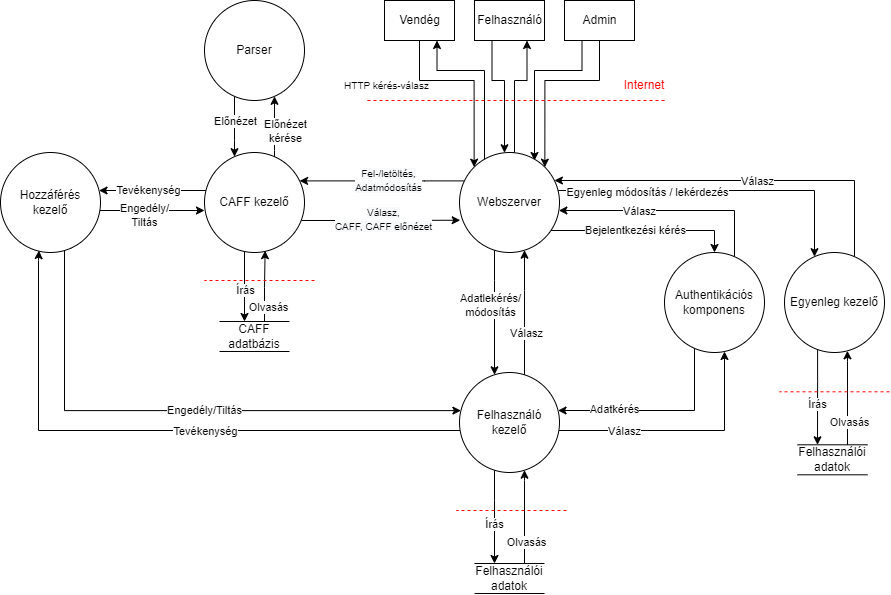
evgyom/szg_bizt_hf keeps this draw.io diagram as figures/adatfolyam_kulon_egyenleg.drawio.png. Above is the earlier version. Source tidied: cells renumbered, new cells last; positions are measured from the earlier drawing's top-left corner, leaving out a move shared by most shapes.
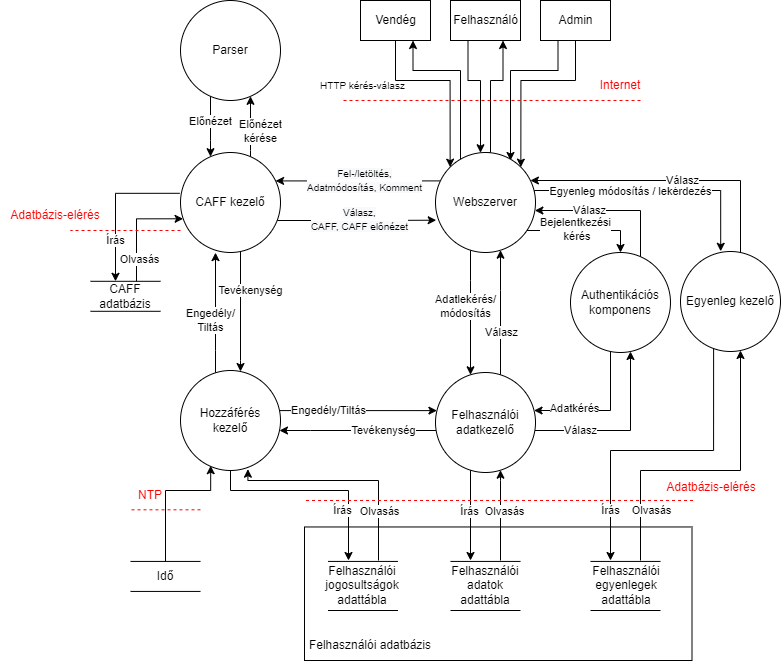
After the commit.

Commit message:
szekvenciak hozzaadva

Diff of the diagram source:
```diff
@@ -12,2 +12,5 @@
     </mxCell>
+    <mxCell id="77" style="rounded=0;whiteSpace=wrap;html=1;" parent="1" vertex="1">
+      <mxGeometry x="328" y="526.5" width="387.5" height="133.5" as="geometry" />
+    </mxCell>
     <mxCell id="3" value="Vendég" style="html=1;" parent="1" vertex="1">
@@ -74,3 +77,3 @@
     </mxCell>
-    <mxCell id="12" value="&lt;span style=&quot;font-size: 10px; background-color: rgb(248, 249, 250);&quot;&gt;Fel-/letöltés, &lt;br&gt;Adatmódosítás&lt;/span&gt;" style="edgeLabel;html=1;align=center;verticalAlign=middle;" parent="11" vertex="1">
+    <mxCell id="12" value="&lt;span style=&quot;font-size: 10px; background-color: rgb(248, 249, 250);&quot;&gt;Fel-/letöltés, &lt;br&gt;Adatmódosítás, Komment&lt;/span&gt;" style="edgeLabel;html=1;align=center;verticalAlign=middle;" parent="11" vertex="1">
       <mxGeometry x="-0.19" y="-1" relative="1" as="geometry">
@@ -92,6 +95,7 @@
     </mxCell>
-    <mxCell id="15" style="edgeStyle=orthogonalEdgeStyle;rounded=0;jettySize=auto;html=1;" parent="1" edge="1" source="19" target="61">
+    <mxCell id="15" style="edgeStyle=orthogonalEdgeStyle;rounded=0;jettySize=auto;html=1;exitX=0.99;exitY=0.401;exitDx=0;exitDy=0;exitPerimeter=0;entryX=0.402;entryY=-0.002;entryDx=0;entryDy=0;entryPerimeter=0;" parent="1" edge="1" source="19" target="61">
       <mxGeometry relative="1" as="geometry">
         <Array as="points">
-          <mxPoint x="814" y="190" />
+          <mxPoint x="558" y="190" />
+          <mxPoint x="744" y="190" />
         </Array>
@@ -100,3 +104,5 @@
     <mxCell id="16" value="Egyenleg módosítás / lekérdezés" style="edgeLabel;html=1;align=center;verticalAlign=middle;" parent="15" vertex="1">
-      <mxGeometry x="-0.45" y="-1" relative="1" as="geometry" />
+      <mxGeometry x="-0.45" y="-1" relative="1" as="geometry">
+        <mxPoint x="29" as="offset" />
+      </mxGeometry>
     </mxCell>
@@ -105,3 +111,3 @@
         <Array as="points">
-          <mxPoint x="714" y="230" />
+          <mxPoint x="644" y="230" />
         </Array>
@@ -109,5 +115,5 @@
     </mxCell>
-    <mxCell id="18" value="Bejelentkezési kérés" style="edgeLabel;html=1;align=center;verticalAlign=middle;" parent="17" vertex="1">
+    <mxCell id="18" value="Bejelentkezési&lt;br&gt;&amp;nbsp;kérés" style="edgeLabel;html=1;align=center;verticalAlign=middle;" parent="17" vertex="1">
       <mxGeometry x="-0.49" y="1" relative="1" as="geometry">
-        <mxPoint x="37" as="offset" />
+        <mxPoint x="19" as="offset" />
       </mxGeometry>
@@ -120,3 +126,3 @@
         <Array as="points">
-          <mxPoint x="734" y="210" />
+          <mxPoint x="664" y="210" />
         </Array>
@@ -142,7 +148,7 @@
     </mxCell>
-    <mxCell id="24" style="edgeStyle=orthogonalEdgeStyle;rounded=0;jettySize=auto;html=1;" parent="1" edge="1" source="30">
+    <mxCell id="24" style="edgeStyle=orthogonalEdgeStyle;rounded=0;jettySize=auto;html=1;exitX=-0.008;exitY=0.408;exitDx=0;exitDy=0;exitPerimeter=0;" parent="1" edge="1" source="30">
       <mxGeometry relative="1" as="geometry">
-        <mxPoint x="244" y="321" as="targetPoint" />
+        <mxPoint x="139" y="280.8" as="targetPoint" />
         <Array as="points">
-          <mxPoint x="244" y="321" />
+          <mxPoint x="139" y="193" />
         </Array>
@@ -151,6 +157,17 @@
     <mxCell id="25" value="Írás" style="edgeLabel;html=1;align=center;verticalAlign=middle;" parent="24" vertex="1">
-      <mxGeometry x="0.46" relative="1" as="geometry">
-        <mxPoint y="-12" as="offset" />
-      </mxGeometry>
+      <mxGeometry x="0.46" relative="1" as="geometry" />
     </mxCell>
+    <mxCell id="28" style="edgeStyle=orthogonalEdgeStyle;rounded=0;jettySize=auto;html=1;" parent="1" edge="1" source="30" target="64">
+      <mxGeometry relative="1" as="geometry">
+        <Array as="points">
+          <mxPoint x="274" y="150" />
+          <mxPoint x="274" y="150" />
+        </Array>
+      </mxGeometry>
+    </mxCell>
+    <mxCell id="29" value="Előnézet &lt;br&gt;kérése" style="edgeLabel;html=1;align=center;verticalAlign=middle;" parent="28" vertex="1">
+      <mxGeometry x="-0.14" y="-1" relative="1" as="geometry">
+        <mxPoint x="9" as="offset" />
+      </mxGeometry>
+    </mxCell>
     <mxCell id="26" style="edgeStyle=orthogonalEdgeStyle;rounded=0;jettySize=auto;html=1;" parent="1" edge="1" source="30" target="35">
@@ -158,4 +175,4 @@
         <Array as="points">
-          <mxPoint x="164" y="190" />
-          <mxPoint x="164" y="190" />
+          <mxPoint x="264" y="360" />
+          <mxPoint x="264" y="360" />
         </Array>
@@ -164,19 +181,6 @@
     <mxCell id="27" value="Tevékenység" style="edgeLabel;html=1;align=center;verticalAlign=middle;" parent="26" vertex="1">
-      <mxGeometry x="0.35" y="-1" relative="1" as="geometry">
-        <mxPoint x="14" as="offset" />
+      <mxGeometry x="-0.3" y="-1" relative="1" as="geometry">
+        <mxPoint x="11" y="-3" as="offset" />
       </mxGeometry>
     </mxCell>
-    <mxCell id="28" style="edgeStyle=orthogonalEdgeStyle;rounded=0;jettySize=auto;html=1;" parent="1" edge="1" source="30" target="64">
-      <mxGeometry relative="1" as="geometry">
-        <Array as="points">
-          <mxPoint x="274" y="150" />
-          <mxPoint x="274" y="150" />
-        </Array>
-      </mxGeometry>
-    </mxCell>
-    <mxCell id="29" value="Előnézet &lt;br&gt;kérése" style="edgeLabel;html=1;align=center;verticalAlign=middle;" parent="28" vertex="1">
-      <mxGeometry x="-0.14" y="-1" relative="1" as="geometry">
-        <mxPoint x="9" as="offset" />
-      </mxGeometry>
-    </mxCell>
     <mxCell id="30" value="CAFF kezelő" style="ellipse;whiteSpace=wrap;html=1;" parent="1" vertex="1">
@@ -187,4 +191,3 @@
         <Array as="points">
-          <mxPoint x="64" y="247" />
-          <mxPoint x="64" y="410" />
+          <mxPoint x="275" y="410" />
         </Array>
@@ -195,7 +198,7 @@
     </mxCell>
-    <mxCell id="33" style="edgeStyle=orthogonalEdgeStyle;rounded=0;jettySize=auto;html=1;" parent="1" edge="1" source="35">
+    <mxCell id="33" style="edgeStyle=orthogonalEdgeStyle;rounded=0;jettySize=auto;html=1;entryX=0.35;entryY=1.001;entryDx=0;entryDy=0;entryPerimeter=0;" parent="1" edge="1" source="35" target="30">
       <mxGeometry relative="1" as="geometry">
-        <mxPoint x="204" y="210" as="targetPoint" />
         <Array as="points">
-          <mxPoint x="204" y="210" />
+          <mxPoint x="239" y="350" />
+          <mxPoint x="239" y="350" />
         </Array>
@@ -205,3 +208,3 @@
       <mxGeometry x="-0.19" y="1" relative="1" as="geometry">
-        <mxPoint x="2" y="5" as="offset" />
+        <mxPoint x="-4" y="-4" as="offset" />
       </mxGeometry>
@@ -209,3 +212,3 @@
     <mxCell id="35" value="Hozzáférés&lt;br&gt;kezelő" style="ellipse;whiteSpace=wrap;html=1;" parent="1" vertex="1">
-      <mxGeometry y="152" width="100" height="100" as="geometry" />
+      <mxGeometry x="204" y="370" width="100" height="100" as="geometry" />
     </mxCell>
@@ -222,8 +225,7 @@
     </mxCell>
-    <mxCell id="38" style="edgeStyle=orthogonalEdgeStyle;rounded=0;jettySize=auto;html=1;entryX=0.385;entryY=0.981;entryDx=0;entryDy=0;entryPerimeter=0;" parent="1" edge="1" source="44" target="35">
+    <mxCell id="38" style="edgeStyle=orthogonalEdgeStyle;rounded=0;jettySize=auto;html=1;" parent="1" edge="1" source="44" target="35">
       <mxGeometry relative="1" as="geometry">
         <Array as="points">
-          <mxPoint x="38" y="430" />
-          <mxPoint x="38" y="260" />
-          <mxPoint x="39" y="260" />
+          <mxPoint x="334" y="430" />
+          <mxPoint x="334" y="430" />
         </Array>
@@ -236,4 +238,5 @@
     </mxCell>
-    <mxCell id="40" style="edgeStyle=orthogonalEdgeStyle;rounded=0;jettySize=auto;html=1;entryX=0.25;entryY=0;entryDx=0;entryDy=0;" parent="1" edge="1" source="44" target="47">
+    <mxCell id="40" style="edgeStyle=orthogonalEdgeStyle;rounded=0;jettySize=auto;html=1;" parent="1" edge="1" source="44">
       <mxGeometry relative="1" as="geometry">
+        <mxPoint x="494" y="560" as="targetPoint" />
         <Array as="points">
@@ -246,3 +249,3 @@
       <mxGeometry x="0.16" y="-3" relative="1" as="geometry">
-        <mxPoint x="2" as="offset" />
+        <mxPoint x="2" y="-12" as="offset" />
       </mxGeometry>
@@ -252,3 +255,3 @@
         <Array as="points">
-          <mxPoint x="724" y="430" />
+          <mxPoint x="654" y="430" />
         </Array>
@@ -261,7 +264,8 @@
     </mxCell>
-    <mxCell id="44" value="Felhasználó kezelő" style="ellipse;whiteSpace=wrap;html=1;" parent="1" vertex="1">
+    <mxCell id="44" value="Felhasználói adatkezelő" style="ellipse;whiteSpace=wrap;html=1;" parent="1" vertex="1">
       <mxGeometry x="459" y="372" width="100" height="100" as="geometry" />
     </mxCell>
-    <mxCell id="45" style="edgeStyle=orthogonalEdgeStyle;rounded=0;jettySize=auto;html=1;" parent="1" edge="1" source="47" target="44">
+    <mxCell id="45" style="edgeStyle=orthogonalEdgeStyle;rounded=0;jettySize=auto;html=1;" parent="1" edge="1" target="44">
       <mxGeometry relative="1" as="geometry">
+        <mxPoint x="524" y="560" as="sourcePoint" />
         <Array as="points">
@@ -274,7 +278,7 @@
       <mxGeometry x="-0.2" y="1" relative="1" as="geometry">
-        <mxPoint x="2" y="15" as="offset" />
+        <mxPoint x="5" y="-14" as="offset" />
       </mxGeometry>
     </mxCell>
-    <mxCell id="47" value="Felhasználói adatok" style="text;html=1;strokeColor=none;fillColor=none;align=center;verticalAlign=middle;whiteSpace=wrap;rounded=0;" parent="1" vertex="1">
-      <mxGeometry x="479" y="563" width="60" height="30" as="geometry" />
+    <mxCell id="47" value="Felhasználói adatok adattábla" style="text;html=1;strokeColor=none;fillColor=none;align=center;verticalAlign=middle;whiteSpace=wrap;rounded=0;" parent="1" vertex="1">
+      <mxGeometry x="479" y="570" width="60" height="30" as="geometry" />
     </mxCell>
@@ -282,11 +286,10 @@
       <mxGeometry relative="1" as="geometry">
-        <mxPoint x="474" y="563" as="sourcePoint" />
-        <mxPoint x="544" y="563" as="targetPoint" />
+        <mxPoint x="474" y="560.9" as="sourcePoint" />
+        <mxPoint x="544" y="560.9" as="targetPoint" />
       </mxGeometry>
     </mxCell>
-    <mxCell id="49" style="edgeStyle=orthogonalEdgeStyle;rounded=0;jettySize=auto;html=1;entryX=0.606;entryY=0.982;entryDx=0;entryDy=0;entryPerimeter=0;" parent="1" edge="1" source="51" target="30">
+    <mxCell id="49" style="edgeStyle=orthogonalEdgeStyle;rounded=0;jettySize=auto;html=1;entryX=0.026;entryY=0.663;entryDx=0;entryDy=0;entryPerimeter=0;" parent="1" edge="1" source="51" target="30">
       <mxGeometry relative="1" as="geometry">
         <Array as="points">
-          <mxPoint x="264" y="287" />
-          <mxPoint x="265" y="287" />
+          <mxPoint x="160" y="218" />
         </Array>
@@ -300,3 +303,3 @@
     <mxCell id="51" value="CAFF adatbázis" style="text;html=1;strokeColor=none;fillColor=none;align=center;verticalAlign=middle;whiteSpace=wrap;rounded=0;" parent="1" vertex="1">
-      <mxGeometry x="224" y="321" width="60" height="30" as="geometry" />
+      <mxGeometry x="119" y="280.8" width="60" height="30" as="geometry" />
     </mxCell>
@@ -304,4 +307,4 @@
       <mxGeometry relative="1" as="geometry">
-        <mxPoint x="219" y="321" as="sourcePoint" />
-        <mxPoint x="289" y="321" as="targetPoint" />
+        <mxPoint x="114" y="280.8" as="sourcePoint" />
+        <mxPoint x="184" y="280.8" as="targetPoint" />
       </mxGeometry>
@@ -310,4 +313,4 @@
       <mxGeometry relative="1" as="geometry">
-        <mxPoint x="219" y="351" as="sourcePoint" />
-        <mxPoint x="289" y="351" as="targetPoint" />
+        <mxPoint x="114" y="310.8" as="sourcePoint" />
+        <mxPoint x="184" y="310.8" as="targetPoint" />
       </mxGeometry>
@@ -328,12 +331,6 @@
       <mxGeometry relative="1" as="geometry">
-        <mxPoint x="314" y="280" as="sourcePoint" />
-        <mxPoint x="204" y="280" as="targetPoint" />
+        <mxPoint x="204" y="230" as="sourcePoint" />
+        <mxPoint x="94" y="230" as="targetPoint" />
       </mxGeometry>
     </mxCell>
-    <mxCell id="58" style="endArrow=none;dashed=1;html=1;rounded=0;fillColor=#f8cecc;strokeColor=#FF0000;" parent="1" edge="1">
-      <mxGeometry relative="1" as="geometry">
-        <mxPoint x="566" y="510" as="sourcePoint" />
-        <mxPoint x="456" y="510" as="targetPoint" />
-      </mxGeometry>
-    </mxCell>
     <mxCell id="59" style="edgeStyle=orthogonalEdgeStyle;rounded=0;jettySize=auto;html=1;" parent="1" edge="1" source="61" target="19">
@@ -341,3 +338,3 @@
         <Array as="points">
-          <mxPoint x="854" y="180" />
+          <mxPoint x="764" y="180" />
         </Array>
@@ -349,3 +346,3 @@
     <mxCell id="61" value="Egyenleg kezelő" style="ellipse;whiteSpace=wrap;html=1;" parent="1" vertex="1">
-      <mxGeometry x="784" y="252" width="100" height="100" as="geometry" />
+      <mxGeometry x="704" y="251" width="100" height="100" as="geometry" />
     </mxCell>
@@ -369,4 +366,4 @@
       <mxGeometry relative="1" as="geometry">
-        <mxPoint x="474" y="593" as="sourcePoint" />
-        <mxPoint x="544" y="593" as="targetPoint" />
+        <mxPoint x="474" y="610" as="sourcePoint" />
+        <mxPoint x="544" y="610" as="targetPoint" />
       </mxGeometry>
@@ -376,3 +373,3 @@
         <Array as="points">
-          <mxPoint x="694" y="410" />
+          <mxPoint x="634" y="410" />
         </Array>
@@ -386,9 +383,10 @@
     <mxCell id="68" value="Authentikációs komponens" style="ellipse;whiteSpace=wrap;html=1;" parent="1" vertex="1">
-      <mxGeometry x="664" y="252" width="100" height="100" as="geometry" />
+      <mxGeometry x="594" y="252" width="100" height="100" as="geometry" />
     </mxCell>
-    <mxCell id="69" style="edgeStyle=orthogonalEdgeStyle;rounded=0;jettySize=auto;html=1;entryX=0.25;entryY=0;entryDx=0;entryDy=0;exitX=0.331;exitY=0.97;exitDx=0;exitDy=0;exitPerimeter=0;" parent="1" edge="1" source="61" target="73">
+    <mxCell id="69" style="edgeStyle=orthogonalEdgeStyle;rounded=0;jettySize=auto;html=1;exitX=0.331;exitY=0.97;exitDx=0;exitDy=0;exitPerimeter=0;" parent="1" edge="1" source="61">
       <mxGeometry relative="1" as="geometry">
+        <mxPoint x="634" y="560" as="targetPoint" />
         <Array as="points">
-          <mxPoint x="817" y="381" />
-          <mxPoint x="817" y="381" />
+          <mxPoint x="737" y="450" />
+          <mxPoint x="634" y="450" />
         </Array>
@@ -398,10 +396,11 @@
       <mxGeometry x="0.16" y="-3" relative="1" as="geometry">
-        <mxPoint x="2" as="offset" />
+        <mxPoint x="-22" y="63" as="offset" />
       </mxGeometry>
     </mxCell>
-    <mxCell id="71" style="edgeStyle=orthogonalEdgeStyle;rounded=0;jettySize=auto;html=1;entryX=0.629;entryY=0.983;entryDx=0;entryDy=0;entryPerimeter=0;" parent="1" edge="1" source="73" target="61">
+    <mxCell id="71" style="edgeStyle=orthogonalEdgeStyle;rounded=0;jettySize=auto;html=1;" parent="1" edge="1" target="61">
       <mxGeometry relative="1" as="geometry">
+        <mxPoint x="664" y="560" as="sourcePoint" />
         <Array as="points">
-          <mxPoint x="847" y="361" />
-          <mxPoint x="847" y="361" />
+          <mxPoint x="664" y="470" />
+          <mxPoint x="764" y="470" />
         </Array>
@@ -411,7 +410,7 @@
       <mxGeometry x="-0.2" y="1" relative="1" as="geometry">
-        <mxPoint x="2" y="15" as="offset" />
+        <mxPoint x="-24" y="41" as="offset" />
       </mxGeometry>
     </mxCell>
-    <mxCell id="73" value="Felhasználói adatok" style="text;html=1;strokeColor=none;fillColor=none;align=center;verticalAlign=middle;whiteSpace=wrap;rounded=0;" parent="1" vertex="1">
-      <mxGeometry x="802" y="444.3" width="60" height="30" as="geometry" />
+    <mxCell id="73" value="Felhasználói egyenlegek&lt;br&gt;adattábla" style="text;html=1;strokeColor=none;fillColor=none;align=center;verticalAlign=middle;whiteSpace=wrap;rounded=0;" parent="1" vertex="1">
+      <mxGeometry x="620" y="570" width="60" height="30" as="geometry" />
     </mxCell>
@@ -419,18 +418,103 @@
       <mxGeometry relative="1" as="geometry">
-        <mxPoint x="797" y="444.3" as="sourcePoint" />
-        <mxPoint x="867" y="444.3" as="targetPoint" />
+        <mxPoint x="614" y="560.9" as="sourcePoint" />
+        <mxPoint x="684" y="560.9" as="targetPoint" />
       </mxGeometry>
     </mxCell>
-    <mxCell id="75" style="endArrow=none;dashed=1;html=1;rounded=0;fillColor=#f8cecc;strokeColor=#FF0000;" parent="1" edge="1">
-      <mxGeometry relative="1" as="geometry">
-        <mxPoint x="889" y="391.3" as="sourcePoint" />
-        <mxPoint x="779" y="391.3" as="targetPoint" />
-      </mxGeometry>
-    </mxCell>
     <mxCell id="76" style="endArrow=none;html=1;rounded=0;" parent="1" edge="1">
       <mxGeometry relative="1" as="geometry">
-        <mxPoint x="797" y="474.3" as="sourcePoint" />
-        <mxPoint x="867" y="474.3" as="targetPoint" />
+        <mxPoint x="614" y="610" as="sourcePoint" />
+        <mxPoint x="684" y="610" as="targetPoint" />
       </mxGeometry>
     </mxCell>
+    <mxCell id="78" style="edgeStyle=orthogonalEdgeStyle;rounded=0;jettySize=auto;html=1;entryX=0.302;entryY=0.952;entryDx=0;entryDy=0;entryPerimeter=0;" parent="1" edge="1" source="79" target="35">
+      <mxGeometry relative="1" as="geometry">
+        <Array as="points">
+          <mxPoint x="189" y="490" />
+          <mxPoint x="234" y="490" />
+        </Array>
+      </mxGeometry>
+    </mxCell>
+    <mxCell id="79" value="Idő" style="text;html=1;strokeColor=none;fillColor=none;align=center;verticalAlign=middle;whiteSpace=wrap;rounded=0;" parent="1" vertex="1">
+      <mxGeometry x="159" y="560.9" width="60" height="30" as="geometry" />
+    </mxCell>
+    <mxCell id="80" style="endArrow=none;html=1;rounded=0;" parent="1" edge="1">
+      <mxGeometry relative="1" as="geometry">
+        <mxPoint x="154" y="560.9" as="sourcePoint" />
+        <mxPoint x="224" y="560.9" as="targetPoint" />
+      </mxGeometry>
+    </mxCell>
+    <mxCell id="81" style="endArrow=none;html=1;rounded=0;" parent="1" edge="1">
+      <mxGeometry relative="1" as="geometry">
+        <mxPoint x="154" y="590.9" as="sourcePoint" />
+        <mxPoint x="224" y="590.9" as="targetPoint" />
+      </mxGeometry>
+    </mxCell>
+    <mxCell id="82" style="endArrow=none;dashed=1;html=1;rounded=0;fillColor=#f8cecc;strokeColor=#FF0000;" parent="1" edge="1">
+      <mxGeometry relative="1" as="geometry">
+        <mxPoint x="224" y="509.3" as="sourcePoint" />
+        <mxPoint x="154" y="509.3" as="targetPoint" />
+      </mxGeometry>
+    </mxCell>
+    <mxCell id="83" value="&lt;font color=&quot;#ff0000&quot;&gt;NTP&lt;/font&gt;" style="text;html=1;strokeColor=none;fillColor=none;align=center;verticalAlign=middle;whiteSpace=wrap;rounded=0;" parent="1" vertex="1">
+      <mxGeometry x="144" y="480" width="60" height="30" as="geometry" />
+    </mxCell>
+    <mxCell id="84" style="edgeStyle=orthogonalEdgeStyle;rounded=0;jettySize=auto;html=1;exitX=0.5;exitY=1;exitDx=0;exitDy=0;" parent="1" edge="1" source="35">
+      <mxGeometry relative="1" as="geometry">
+        <mxPoint x="372" y="560" as="targetPoint" />
+        <Array as="points">
+          <mxPoint x="254" y="490" />
+          <mxPoint x="372" y="490" />
+        </Array>
+      </mxGeometry>
+    </mxCell>
+    <mxCell id="85" value="Írás" style="edgeLabel;html=1;align=center;verticalAlign=middle;" parent="84" vertex="1">
+      <mxGeometry x="0.16" y="-3" relative="1" as="geometry">
+        <mxPoint x="11" y="17" as="offset" />
+      </mxGeometry>
+    </mxCell>
+    <mxCell id="86" style="edgeStyle=orthogonalEdgeStyle;rounded=0;jettySize=auto;html=1;entryX=0.674;entryY=0.987;entryDx=0;entryDy=0;entryPerimeter=0;" parent="1" edge="1" target="35">
+      <mxGeometry relative="1" as="geometry">
+        <mxPoint x="402" y="560" as="sourcePoint" />
+        <Array as="points">
+          <mxPoint x="402" y="560" />
+          <mxPoint x="402" y="480" />
+          <mxPoint x="271" y="480" />
+        </Array>
+      </mxGeometry>
+    </mxCell>
+    <mxCell id="87" value="Olvasás" style="edgeLabel;html=1;align=center;verticalAlign=middle;" parent="86" vertex="1">
+      <mxGeometry x="-0.2" y="1" relative="1" as="geometry">
+        <mxPoint x="10" y="30" as="offset" />
+      </mxGeometry>
+    </mxCell>
+    <mxCell id="88" value="Felhasználói jogosultságok adattábla" style="text;html=1;strokeColor=none;fillColor=none;align=center;verticalAlign=middle;whiteSpace=wrap;rounded=0;" parent="1" vertex="1">
+      <mxGeometry x="356.5" y="570" width="60" height="30" as="geometry" />
+    </mxCell>
+    <mxCell id="89" style="endArrow=none;html=1;rounded=0;" parent="1" edge="1">
+      <mxGeometry relative="1" as="geometry">
+        <mxPoint x="351.5" y="560.9" as="sourcePoint" />
+        <mxPoint x="421.5" y="560.9" as="targetPoint" />
+      </mxGeometry>
+    </mxCell>
+    <mxCell id="90" style="endArrow=none;html=1;rounded=0;" parent="1" edge="1">
+      <mxGeometry relative="1" as="geometry">
+        <mxPoint x="351.5" y="610" as="sourcePoint" />
+        <mxPoint x="421.5" y="610" as="targetPoint" />
+      </mxGeometry>
+    </mxCell>
+    <mxCell id="91" style="endArrow=none;dashed=1;html=1;rounded=0;fillColor=#f8cecc;strokeColor=#FF0000;" parent="1" edge="1">
+      <mxGeometry relative="1" as="geometry">
+        <mxPoint x="716.5" y="500" as="sourcePoint" />
+        <mxPoint x="326.5" y="500" as="targetPoint" />
+      </mxGeometry>
+    </mxCell>
+    <mxCell id="92" value="Felhasználói adatbázis" style="text;html=1;strokeColor=none;fillColor=none;align=center;verticalAlign=middle;whiteSpace=wrap;rounded=0;" parent="1" vertex="1">
+      <mxGeometry x="329" y="630" width="130" height="30" as="geometry" />
+    </mxCell>
+    <mxCell id="93" value="&lt;font color=&quot;#ff0000&quot;&gt;Adatbázis-elérés&lt;/font&gt;" style="text;html=1;strokeColor=none;fillColor=none;align=center;verticalAlign=middle;whiteSpace=wrap;rounded=0;" parent="1" vertex="1">
+      <mxGeometry x="680" y="472" width="110" height="30" as="geometry" />
+    </mxCell>
+    <mxCell id="94" value="&lt;font color=&quot;#ff0000&quot;&gt;Adatbázis-elérés&lt;/font&gt;" style="text;html=1;strokeColor=none;fillColor=none;align=center;verticalAlign=middle;whiteSpace=wrap;rounded=0;" parent="1" vertex="1">
+      <mxGeometry x="24" y="200" width="110" height="30" as="geometry" />
+    </mxCell>
   </root>
```
